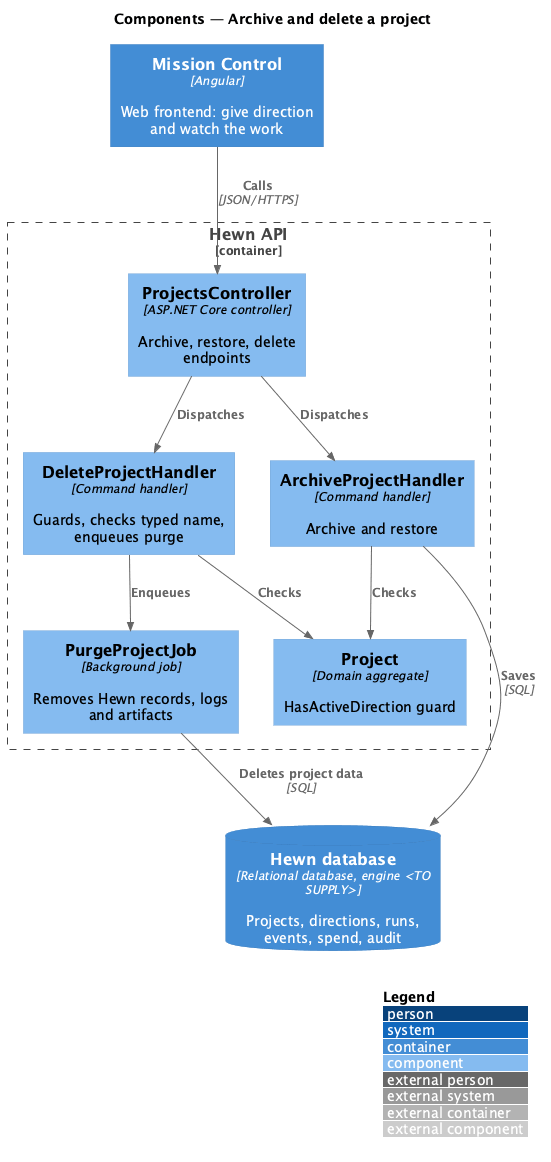
Above: docs/detailed-designs/projects/archive-and-delete-project/diagrams/c4-component.png in QuinntyneBrown/hewn (PlantUML), before the change.
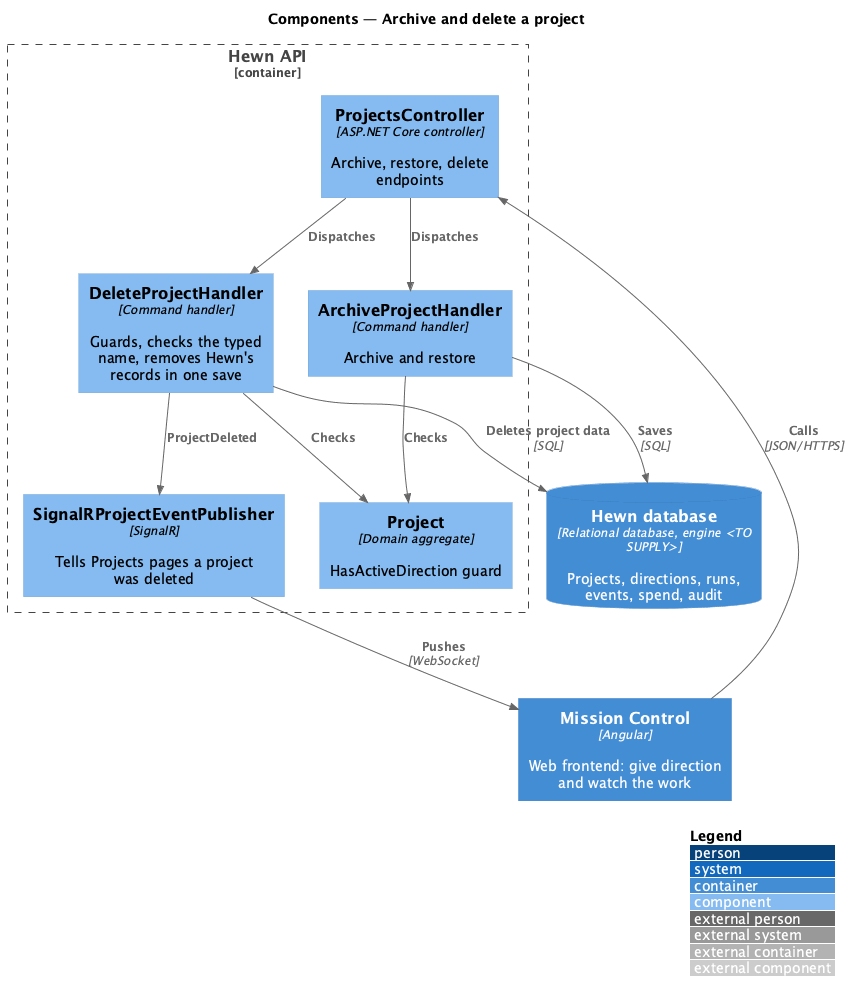
After the commit.

Change to the diagram source:
```diff
@@ -8,9 +8,9 @@
 Container_Boundary(api_b, "Hewn API") {
   Component(ctrl, "ProjectsController", "ASP.NET Core controller", "Archive, restore, delete endpoints")
   Component(arch, "ArchiveProjectHandler", "Command handler", "Archive and restore")
-  Component(del, "DeleteProjectHandler", "Command handler", "Guards, checks typed name, enqueues purge")
+  Component(del, "DeleteProjectHandler", "Command handler", "Guards, checks the typed name, removes Hewn's records in one save")
   Component(guard, "Project", "Domain aggregate", "HasActiveDirection guard")
-  Component(purge, "PurgeProjectJob", "Background job", "Removes Hewn records, logs and artifacts")
+  Component(hub, "SignalRProjectEventPublisher", "SignalR", "Tells Projects pages a project was deleted")
 }
 
 Rel(spa, ctrl, "Calls", "JSON/HTTPS")
@@ -18,7 +18,8 @@
 Rel(ctrl, del, "Dispatches")
 Rel(arch, guard, "Checks")
 Rel(del, guard, "Checks")
-Rel(del, purge, "Enqueues")
+Rel(del, hub, "ProjectDeleted")
+Rel(hub, spa, "Pushes", "WebSocket")
 Rel(arch, db, "Saves", "SQL")
-Rel(purge, db, "Deletes project data", "SQL")
+Rel(del, db, "Deletes project data", "SQL")
 @enduml
```
